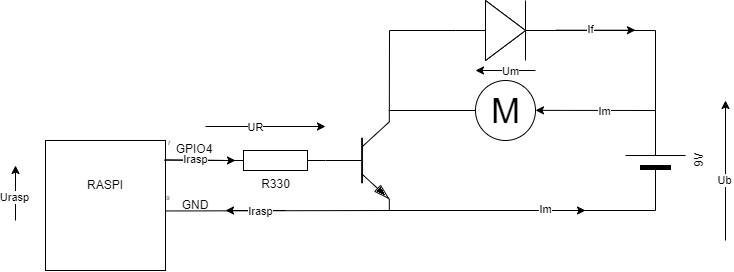
Earlier version of the draw.io export Motor schaltung.drawio.png (luctrott/phy_Project1). Source tidied: cells renumbered, new cells last; positions are measured from the earlier drawing's top-left corner, leaving out a move shared by most shapes.
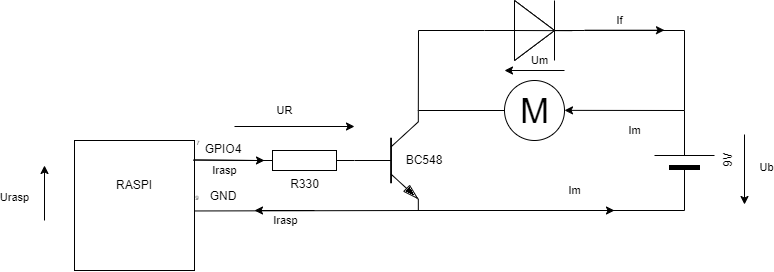
The same file after the commit.

Diff of the diagram source:
```diff
@@ -62,7 +62,7 @@
       <mxGeometry x="123" y="181" width="60" height="30" as="geometry" />
     </mxCell>
     <mxCell id="15" value="GND" style="text;html=1;strokeColor=none;fillColor=none;align=center;verticalAlign=middle;whiteSpace=wrap;rounded=0;" parent="1" vertex="1">
-      <mxGeometry x="150" y="190" width="60" height="30" as="geometry" />
+      <mxGeometry x="149" y="181" width="60" height="30" as="geometry" />
     </mxCell>
     <mxCell id="16" value="GPIO4" style="text;html=1;strokeColor=none;fillColor=none;align=center;verticalAlign=middle;whiteSpace=wrap;rounded=0;" parent="1" vertex="1">
       <mxGeometry x="149" y="134" width="60" height="30" as="geometry" />
@@ -80,7 +80,9 @@
       </mxGeometry>
     </mxCell>
     <mxCell id="20" value="Urasp" style="edgeLabel;html=1;align=center;verticalAlign=middle;" parent="19" vertex="1">
-      <mxGeometry x="-0.14" y="1" relative="1" as="geometry" />
+      <mxGeometry x="-0.14" y="1" relative="1" as="geometry">
+        <mxPoint x="-29" as="offset" />
+      </mxGeometry>
     </mxCell>
     <mxCell id="21" style="endArrow=classic;html=1;rounded=0;" parent="1" edge="1">
       <mxGeometry relative="1" as="geometry">
@@ -89,7 +91,9 @@
       </mxGeometry>
     </mxCell>
     <mxCell id="22" value="Irasp" style="edgeLabel;html=1;align=center;verticalAlign=middle;" parent="21" vertex="1">
-      <mxGeometry x="-0.14" y="1" relative="1" as="geometry" />
+      <mxGeometry x="-0.14" y="1" relative="1" as="geometry">
+        <mxPoint y="11" as="offset" />
+      </mxGeometry>
     </mxCell>
     <mxCell id="23" style="endArrow=classic;html=1;rounded=0;" parent="1" edge="1">
       <mxGeometry relative="1" as="geometry">
@@ -98,7 +102,9 @@
       </mxGeometry>
     </mxCell>
     <mxCell id="24" value="Irasp" style="edgeLabel;html=1;align=center;verticalAlign=middle;" parent="23" vertex="1">
-      <mxGeometry x="-0.14" y="1" relative="1" as="geometry" />
+      <mxGeometry x="-0.14" y="1" relative="1" as="geometry">
+        <mxPoint x="-4" y="9" as="offset" />
+      </mxGeometry>
     </mxCell>
     <mxCell id="25" style="endArrow=classic;html=1;rounded=0;" parent="1" edge="1">
       <mxGeometry relative="1" as="geometry">
@@ -107,7 +113,9 @@
       </mxGeometry>
     </mxCell>
     <mxCell id="26" value="Im" style="edgeLabel;html=1;align=center;verticalAlign=middle;" parent="25" vertex="1">
-      <mxGeometry x="-0.14" y="1" relative="1" as="geometry" />
+      <mxGeometry x="-0.14" y="1" relative="1" as="geometry">
+        <mxPoint x="1" y="19" as="offset" />
+      </mxGeometry>
     </mxCell>
     <mxCell id="27" style="endArrow=classic;html=1;rounded=0;" parent="1" edge="1">
       <mxGeometry relative="1" as="geometry">
@@ -116,7 +124,9 @@
       </mxGeometry>
     </mxCell>
     <mxCell id="28" value="If" style="edgeLabel;html=1;align=center;verticalAlign=middle;" parent="27" vertex="1">
-      <mxGeometry x="-0.14" y="1" relative="1" as="geometry" />
+      <mxGeometry x="-0.14" y="1" relative="1" as="geometry">
+        <mxPoint y="-9" as="offset" />
+      </mxGeometry>
     </mxCell>
     <mxCell id="29" style="endArrow=classic;html=1;rounded=0;" parent="1" edge="1">
       <mxGeometry relative="1" as="geometry">
@@ -125,7 +135,9 @@
       </mxGeometry>
     </mxCell>
     <mxCell id="30" value="Um" style="edgeLabel;html=1;align=center;verticalAlign=middle;" parent="29" vertex="1">
-      <mxGeometry x="-0.14" y="1" relative="1" as="geometry" />
+      <mxGeometry x="-0.14" y="1" relative="1" as="geometry">
+        <mxPoint y="-11" as="offset" />
+      </mxGeometry>
     </mxCell>
     <mxCell id="31" style="endArrow=classic;html=1;rounded=0;" parent="1" edge="1">
       <mxGeometry relative="1" as="geometry">
@@ -134,7 +146,9 @@
       </mxGeometry>
     </mxCell>
     <mxCell id="32" value="Im" style="edgeLabel;html=1;align=center;verticalAlign=middle;" parent="31" vertex="1">
-      <mxGeometry x="-0.14" y="1" relative="1" as="geometry" />
+      <mxGeometry x="-0.14" y="1" relative="1" as="geometry">
+        <mxPoint y="-19" as="offset" />
+      </mxGeometry>
     </mxCell>
     <mxCell id="33" style="endArrow=classic;html=1;rounded=0;" parent="1" edge="1">
       <mxGeometry relative="1" as="geometry">
@@ -143,19 +157,31 @@
       </mxGeometry>
     </mxCell>
     <mxCell id="34" value="UR" style="edgeLabel;html=1;align=center;verticalAlign=middle;" parent="33" vertex="1">
-      <mxGeometry x="-0.17" y="-1" relative="1" as="geometry" />
+      <mxGeometry x="-0.17" y="-1" relative="1" as="geometry">
+        <mxPoint y="-17" as="offset" />
+      </mxGeometry>
     </mxCell>
     <mxCell id="35" style="endArrow=classic;html=1;rounded=0;" parent="1" edge="1">
       <mxGeometry relative="1" as="geometry">
-        <mxPoint x="710" y="240" as="sourcePoint" />
-        <mxPoint x="710" y="100" as="targetPoint" />
+        <mxPoint x="700" y="134" as="sourcePoint" />
+        <mxPoint x="700" y="204" as="targetPoint" />
       </mxGeometry>
     </mxCell>
     <mxCell id="36" value="Ub" style="edgeLabel;html=1;align=center;verticalAlign=middle;" parent="35" vertex="1">
-      <mxGeometry x="-0.14" y="1" relative="1" as="geometry" />
+      <mxGeometry x="-0.14" y="1" relative="1" as="geometry">
+        <mxPoint x="21" y="2" as="offset" />
+      </mxGeometry>
     </mxCell>
     <mxCell id="37" style="triangle;whiteSpace=wrap;html=1;" parent="1" vertex="1">
       <mxGeometry x="470" width="40" height="60" as="geometry" />
     </mxCell>
+    <mxCell id="38" style="endArrow=none;html=1;rounded=0;entryX=0.878;entryY=0.503;entryDx=0;entryDy=0;entryPerimeter=0;" parent="1" edge="1" target="8">
+      <mxGeometry relative="1" as="geometry">
+        <mxPoint x="465" y="30" as="sourcePoint" />
+      </mxGeometry>
+    </mxCell>
+    <mxCell id="39" value="BC548" style="text;html=1;strokeColor=none;fillColor=none;align=center;verticalAlign=middle;whiteSpace=wrap;rounded=0;" parent="1" vertex="1">
+      <mxGeometry x="350" y="145" width="60" height="30" as="geometry" />
+    </mxCell>
   </root>
 </mxGraphModel>
```
